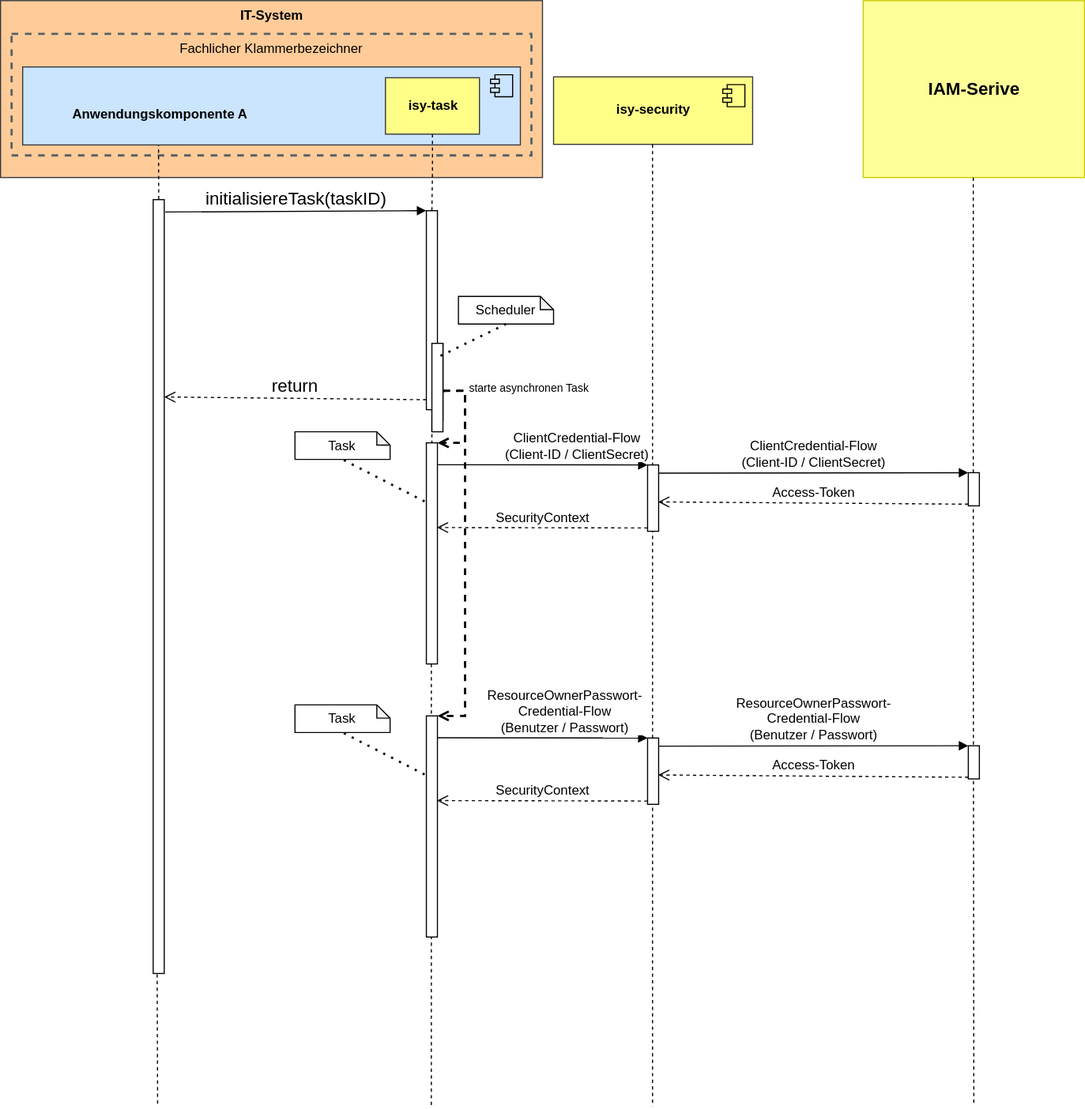
IsyFact/isy-security keeps this draw.io diagram as docs/modules/ROOT/images/konzept/Sequenzdiagramm_AbsicherungTask.dn.svg. Above is the earlier version. Source tidied: cells renumbered, new cells last; positions are measured from the earlier drawing's top-left corner, leaving out a move shared by most shapes.
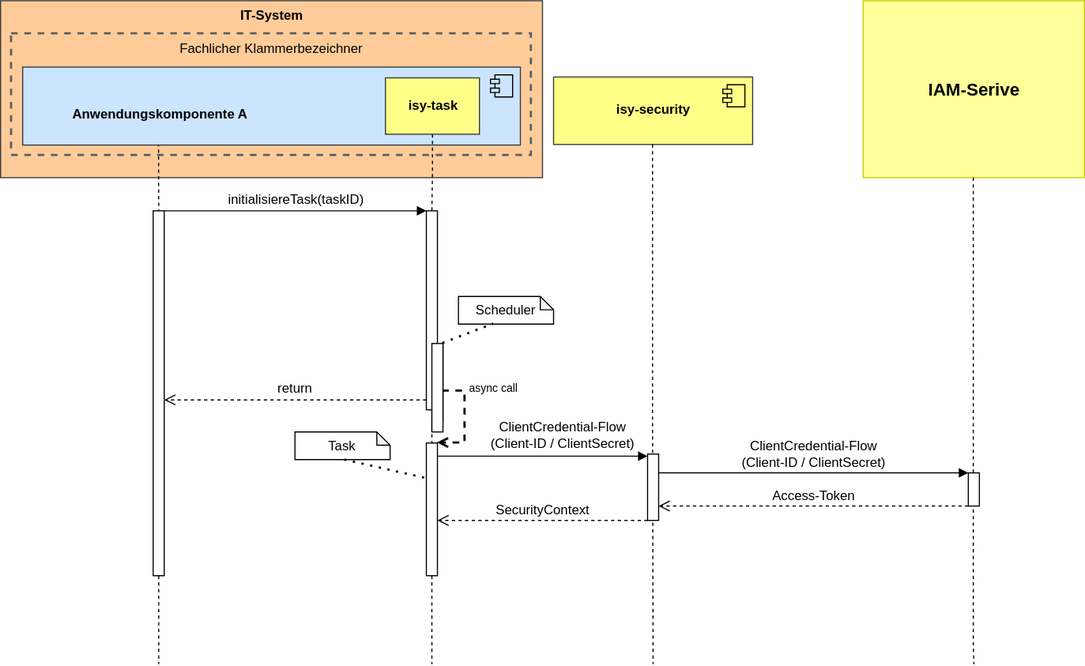
After the change.

Commit message:
docs: IFS-4858 remove ROPC Flow from documentation

Diff of the diagram source:
```diff
@@ -24,7 +24,7 @@
     </mxCell>
     <mxCell id="8" style="edgeStyle=orthogonalEdgeStyle;rounded=0;jettySize=auto;html=1;endArrow=none;endFill=0;dashed=1;startArrow=none;" parent="1" edge="1" source="20">
       <mxGeometry relative="1" as="geometry">
-        <mxPoint x="389.5" y="1000.3" as="targetPoint" />
+        <mxPoint x="390" y="600" as="targetPoint" />
       </mxGeometry>
     </mxCell>
     <mxCell id="9" value="&lt;b&gt;isy-security&lt;/b&gt;" style="html=1;strokeColor=#36393d;fillColor=#ffff88;" parent="1" vertex="1">
@@ -38,13 +38,13 @@
     <mxCell id="11" style="edgeStyle=orthogonalEdgeStyle;rounded=0;orthogonalLoop=1;jettySize=auto;html=1;endArrow=none;endFill=0;dashed=1;" parent="1" edge="1">
       <mxGeometry relative="1" as="geometry">
         <mxPoint x="589.5" y="130" as="sourcePoint" />
-        <mxPoint x="589.5" y="1000.3" as="targetPoint" />
+        <mxPoint x="590" y="600" as="targetPoint" />
       </mxGeometry>
     </mxCell>
     <mxCell id="12" style="edgeStyle=orthogonalEdgeStyle;rounded=0;orthogonalLoop=1;jettySize=auto;html=1;endArrow=none;endFill=0;dashed=1;" parent="1" edge="1">
       <mxGeometry relative="1" as="geometry">
         <mxPoint x="879.5" y="160" as="sourcePoint" />
-        <mxPoint x="880" y="1000" as="targetPoint" />
+        <mxPoint x="880" y="600" as="targetPoint" />
         <Array as="points">
           <mxPoint x="880" y="580" />
           <mxPoint x="880" y="580" />
@@ -52,12 +52,15 @@
       </mxGeometry>
     </mxCell>
     <mxCell id="13" style="html=1;points=[];perimeter=orthogonalPerimeter;fontSize=16;" parent="1" vertex="1">
-      <mxGeometry x="138" y="180" width="10" height="700" as="geometry" />
+      <mxGeometry x="138" y="190" width="10" height="330" as="geometry" />
     </mxCell>
-    <mxCell id="14" value="initialisiereTask(taskID)" style="html=1;verticalAlign=bottom;endArrow=block;entryX=0;entryY=0;rounded=0;fontSize=16;exitX=1.08;exitY=0.016;exitDx=0;exitDy=0;exitPerimeter=0;" parent="1" edge="1" source="13" target="17">
-      <mxGeometry relative="1" as="geometry" />
+    <mxCell id="14" value="&lt;font style=&quot;font-size: 12px;&quot;&gt;initialisiereTask(taskID)&lt;/font&gt;" style="html=1;verticalAlign=bottom;endArrow=block;rounded=0;fontSize=16;" parent="1" edge="1">
+      <mxGeometry relative="1" as="geometry">
+        <mxPoint x="148" y="190" as="sourcePoint" />
+        <mxPoint x="385" y="190" as="targetPoint" />
+      </mxGeometry>
     </mxCell>
-    <mxCell id="15" value="return" style="html=1;verticalAlign=bottom;endArrow=open;dashed=1;endSize=8;exitX=0;exitY=0.95;rounded=0;fontSize=16;entryX=1;entryY=0.255;entryDx=0;entryDy=0;entryPerimeter=0;" parent="1" edge="1" source="17" target="13">
+    <mxCell id="15" value="&lt;font style=&quot;font-size: 12px;&quot;&gt;return&lt;/font&gt;" style="html=1;verticalAlign=bottom;endArrow=open;dashed=1;endSize=8;exitX=0;exitY=0.95;rounded=0;fontSize=16;" parent="1" edge="1" source="17" target="13">
       <mxGeometry relative="1" as="geometry" />
     </mxCell>
     <mxCell id="16" style="edgeStyle=orthogonalEdgeStyle;rounded=0;jettySize=auto;html=1;endArrow=none;endFill=0;dashed=1;exitX=0.5;exitY=1;exitDx=0;exitDy=0;" parent="1" edge="1" source="44" target="17">
@@ -66,7 +69,7 @@
     <mxCell id="17" style="html=1;points=[];perimeter=orthogonalPerimeter;fontSize=16;" parent="1" vertex="1">
       <mxGeometry x="385" y="190" width="10" height="180" as="geometry" />
     </mxCell>
-    <mxCell id="18" value="starte asynchronen Task" style="edgeStyle=orthogonalEdgeStyle;html=1;align=left;spacingLeft=2;endArrow=open;rounded=0;entryX=1;entryY=0;fontSize=10;exitX=1.1;exitY=0.553;exitDx=0;exitDy=0;exitPerimeter=0;startArrow=none;dashed=1;endFill=0;strokeWidth=2;" parent="1" edge="1" source="22" target="20">
+    <mxCell id="18" value="async call" style="edgeStyle=orthogonalEdgeStyle;html=1;align=left;spacingLeft=2;endArrow=open;rounded=0;entryX=1;entryY=0;fontSize=10;exitX=1.1;exitY=0.553;exitDx=0;exitDy=0;exitPerimeter=0;startArrow=none;dashed=1;endFill=0;strokeWidth=2;" parent="1" edge="1" source="22" target="20">
       <mxGeometry x="-0.56" y="-3" relative="1" as="geometry">
         <Array as="points">
           <mxPoint x="401" y="353" />
@@ -80,7 +83,7 @@
       <mxGeometry relative="1" as="geometry" />
     </mxCell>
     <mxCell id="20" style="html=1;points=[];perimeter=orthogonalPerimeter;fontSize=10;" parent="1" vertex="1">
-      <mxGeometry x="385" y="400" width="10" height="200" as="geometry" />
+      <mxGeometry x="385" y="400" width="10" height="120" as="geometry" />
     </mxCell>
     <mxCell id="21" style="edgeStyle=orthogonalEdgeStyle;html=1;align=left;spacingLeft=2;endArrow=none;rounded=0;entryX=1;entryY=0;fontSize=10;exitX=1.12;exitY=0.908;exitDx=0;exitDy=0;exitPerimeter=0;" parent="1" edge="1" source="17" target="22">
       <mxGeometry relative="1" as="geometry" />
@@ -91,7 +94,7 @@
     <mxCell id="23" value="Scheduler" style="shape=note;whiteSpace=wrap;html=1;backgroundOutline=1;darkOpacity=0.05;labelBorderColor=none;fontSize=12;size=12;" parent="1" vertex="1">
       <mxGeometry x="414" y="267.5" width="86" height="25" as="geometry" />
     </mxCell>
-    <mxCell id="24" style="endArrow=none;dashed=1;html=1;dashPattern=1 3;strokeWidth=2;rounded=0;fontSize=12;entryX=0.5;entryY=1;entryDx=0;entryDy=0;entryPerimeter=0;exitX=0.78;exitY=0.142;exitDx=0;exitDy=0;exitPerimeter=0;" parent="1" edge="1" source="22" target="23">
+    <mxCell id="24" style="endArrow=none;dashed=1;html=1;dashPattern=1 3;strokeWidth=2;rounded=0;fontSize=12;" parent="1" edge="1" source="22" target="23">
       <mxGeometry relative="1" as="geometry" />
     </mxCell>
     <mxCell id="25" value="Task" style="shape=note;whiteSpace=wrap;html=1;backgroundOutline=1;darkOpacity=0.05;labelBorderColor=none;fontSize=12;size=12;" parent="1" vertex="1">
@@ -101,61 +104,36 @@
       <mxGeometry relative="1" as="geometry" />
     </mxCell>
     <mxCell id="27" style="html=1;points=[];perimeter=orthogonalPerimeter;labelBorderColor=none;fontSize=12;" parent="1" vertex="1">
-      <mxGeometry x="585" y="420" width="10" height="60" as="geometry" />
+      <mxGeometry x="585" y="410" width="10" height="60" as="geometry" />
     </mxCell>
-    <mxCell id="28" value="ClientCredential-Flow&lt;br&gt;(Client-ID / ClientSecret)" style="html=1;verticalAlign=bottom;endArrow=block;entryX=0;entryY=0;rounded=0;fontSize=12;exitX=0.96;exitY=0.099;exitDx=0;exitDy=0;exitPerimeter=0;" parent="1" edge="1" source="20" target="27">
-      <mxGeometry x="0.32" relative="1" as="geometry" />
+    <mxCell id="28" value="ClientCredential-Flow&lt;br&gt;(Client-ID / ClientSecret)" style="html=1;verticalAlign=bottom;endArrow=block;rounded=0;fontSize=12;exitX=0.96;exitY=0.099;exitDx=0;exitDy=0;exitPerimeter=0;" parent="1" edge="1" source="20" target="27">
+      <mxGeometry x="0.19" y="2" relative="1" as="geometry" />
     </mxCell>
-    <mxCell id="29" value="SecurityContext" style="html=1;verticalAlign=bottom;endArrow=open;dashed=1;endSize=8;exitX=0;exitY=0.95;rounded=0;fontSize=12;entryX=0.96;entryY=0.383;entryDx=0;entryDy=0;entryPerimeter=0;" parent="1" edge="1" source="27" target="20">
-      <mxGeometry relative="1" as="geometry" />
+    <mxCell id="29" value="SecurityContext" style="html=1;verticalAlign=bottom;endArrow=open;dashed=1;endSize=8;exitX=0;exitY=0.95;rounded=0;fontSize=12;" parent="1" edge="1">
+      <mxGeometry relative="1" as="geometry">
+        <mxPoint x="585" y="470" as="sourcePoint" />
+        <mxPoint x="395" y="470" as="targetPoint" />
+      </mxGeometry>
     </mxCell>
     <mxCell id="30" style="html=1;points=[];perimeter=orthogonalPerimeter;labelBorderColor=none;fontSize=12;" parent="1" vertex="1">
       <mxGeometry x="875" y="427" width="10" height="30" as="geometry" />
     </mxCell>
-    <mxCell id="31" value="ClientCredential-Flow&lt;br style=&quot;border-color: var(--border-color);&quot;&gt;(Client-ID / ClientSecret)" style="html=1;verticalAlign=bottom;endArrow=block;entryX=0;entryY=0;rounded=0;fontSize=12;exitX=1.04;exitY=0.123;exitDx=0;exitDy=0;exitPerimeter=0;" parent="1" edge="1" source="27" target="30">
-      <mxGeometry relative="1" as="geometry" />
+    <mxCell id="31" value="ClientCredential-Flow&lt;br style=&quot;border-color: var(--border-color);&quot;&gt;(Client-ID / ClientSecret)" style="html=1;verticalAlign=bottom;endArrow=block;rounded=0;fontSize=12;" parent="1" edge="1">
+      <mxGeometry relative="1" as="geometry">
+        <mxPoint x="595" y="427" as="sourcePoint" />
+        <mxPoint x="875" y="427" as="targetPoint" />
+      </mxGeometry>
     </mxCell>
-    <mxCell id="32" value="Access-Token" style="html=1;verticalAlign=bottom;endArrow=open;dashed=1;endSize=8;exitX=0;exitY=0.95;rounded=0;fontSize=12;entryX=0.96;entryY=0.557;entryDx=0;entryDy=0;entryPerimeter=0;" parent="1" edge="1" source="30" target="27">
-      <mxGeometry relative="1" as="geometry" />
+    <mxCell id="32" value="Access-Token" style="html=1;verticalAlign=bottom;endArrow=open;dashed=1;endSize=8;rounded=0;fontSize=12;" parent="1" edge="1">
+      <mxGeometry relative="1" as="geometry">
+        <mxPoint x="875" y="457" as="sourcePoint" />
+        <mxPoint x="595" y="457" as="targetPoint" />
+      </mxGeometry>
     </mxCell>
-    <mxCell id="33" style="edgeStyle=orthogonalEdgeStyle;html=1;align=left;spacingLeft=2;endArrow=open;rounded=0;entryX=1;entryY=0;fontSize=10;startArrow=none;dashed=1;endFill=0;exitX=1.06;exitY=0.536;exitDx=0;exitDy=0;exitPerimeter=0;strokeWidth=2;" parent="1" edge="1" source="22" target="34">
-      <mxGeometry relative="1" as="geometry">
-        <Array as="points">
-          <mxPoint x="420" y="353" />
-          <mxPoint x="420" y="647" />
-        </Array>
-      </mxGeometry>
-    </mxCell>
-    <mxCell id="34" style="html=1;points=[];perimeter=orthogonalPerimeter;fontSize=10;" parent="1" vertex="1">
-      <mxGeometry x="385" y="647" width="10" height="200" as="geometry" />
-    </mxCell>
-    <mxCell id="35" value="Task" style="shape=note;whiteSpace=wrap;html=1;backgroundOutline=1;darkOpacity=0.05;labelBorderColor=none;fontSize=12;size=12;" parent="1" vertex="1">
-      <mxGeometry x="266.2" y="637" width="86" height="25" as="geometry" />
-    </mxCell>
-    <mxCell id="36" style="endArrow=none;dashed=1;html=1;dashPattern=1 3;strokeWidth=2;rounded=0;fontSize=12;entryX=0.5;entryY=1;entryDx=0;entryDy=0;entryPerimeter=0;exitX=-0.16;exitY=0.265;exitDx=0;exitDy=0;exitPerimeter=0;" parent="1" edge="1" source="34" target="35">
-      <mxGeometry relative="1" as="geometry" />
-    </mxCell>
-    <mxCell id="37" style="html=1;points=[];perimeter=orthogonalPerimeter;labelBorderColor=none;fontSize=12;" parent="1" vertex="1">
-      <mxGeometry x="585" y="667" width="10" height="60" as="geometry" />
-    </mxCell>
-    <mxCell id="38" value="ResourceOwnerPasswort-&lt;br&gt;Credential-Flow&lt;br&gt;(Benutzer / Passwort)" style="html=1;verticalAlign=bottom;endArrow=block;entryX=0;entryY=0;rounded=0;fontSize=12;exitX=0.96;exitY=0.099;exitDx=0;exitDy=0;exitPerimeter=0;" parent="1" edge="1" source="34" target="37">
-      <mxGeometry x="0.21" relative="1" as="geometry" />
-    </mxCell>
-    <mxCell id="39" value="SecurityContext" style="html=1;verticalAlign=bottom;endArrow=open;dashed=1;endSize=8;exitX=0;exitY=0.95;rounded=0;fontSize=12;entryX=0.96;entryY=0.383;entryDx=0;entryDy=0;entryPerimeter=0;" parent="1" edge="1" source="37" target="34">
-      <mxGeometry relative="1" as="geometry" />
-    </mxCell>
-    <mxCell id="40" style="html=1;points=[];perimeter=orthogonalPerimeter;labelBorderColor=none;fontSize=12;" parent="1" vertex="1">
-      <mxGeometry x="875" y="674" width="10" height="30" as="geometry" />
-    </mxCell>
-    <mxCell id="41" value="ResourceOwnerPasswort-&lt;br style=&quot;border-color: var(--border-color);&quot;&gt;Credential-Flow&lt;br style=&quot;border-color: var(--border-color);&quot;&gt;(Benutzer / Passwort)" style="html=1;verticalAlign=bottom;endArrow=block;entryX=0;entryY=0;rounded=0;fontSize=12;exitX=1.04;exitY=0.123;exitDx=0;exitDy=0;exitPerimeter=0;" parent="1" edge="1" source="37" target="40">
-      <mxGeometry relative="1" as="geometry" />
-    </mxCell>
-    <mxCell id="42" value="Access-Token" style="html=1;verticalAlign=bottom;endArrow=open;dashed=1;endSize=8;exitX=0;exitY=0.95;rounded=0;fontSize=12;entryX=0.96;entryY=0.557;entryDx=0;entryDy=0;entryPerimeter=0;" parent="1" edge="1" source="40" target="37">
-      <mxGeometry relative="1" as="geometry" />
-    </mxCell>
-    <mxCell id="43" style="endArrow=none;dashed=1;html=1;rounded=0;exitX=0.36;exitY=1.001;exitDx=0;exitDy=0;exitPerimeter=0;" parent="1" edge="1" source="13">
+    <mxCell id="43" style="endArrow=none;dashed=1;html=1;rounded=0;" parent="1" edge="1">
       <mxGeometry relative="1" as="geometry">
-        <mxPoint x="142" y="1000" as="targetPoint" />
+        <mxPoint x="143" y="520" as="sourcePoint" />
+        <mxPoint x="143" y="600" as="targetPoint" />
       </mxGeometry>
     </mxCell>
     <mxCell id="44" value="&lt;b&gt;isy-task&lt;/b&gt;" style="html=1;strokeColor=#36393d;fillColor=#ffff88;" parent="1" vertex="1">
```
